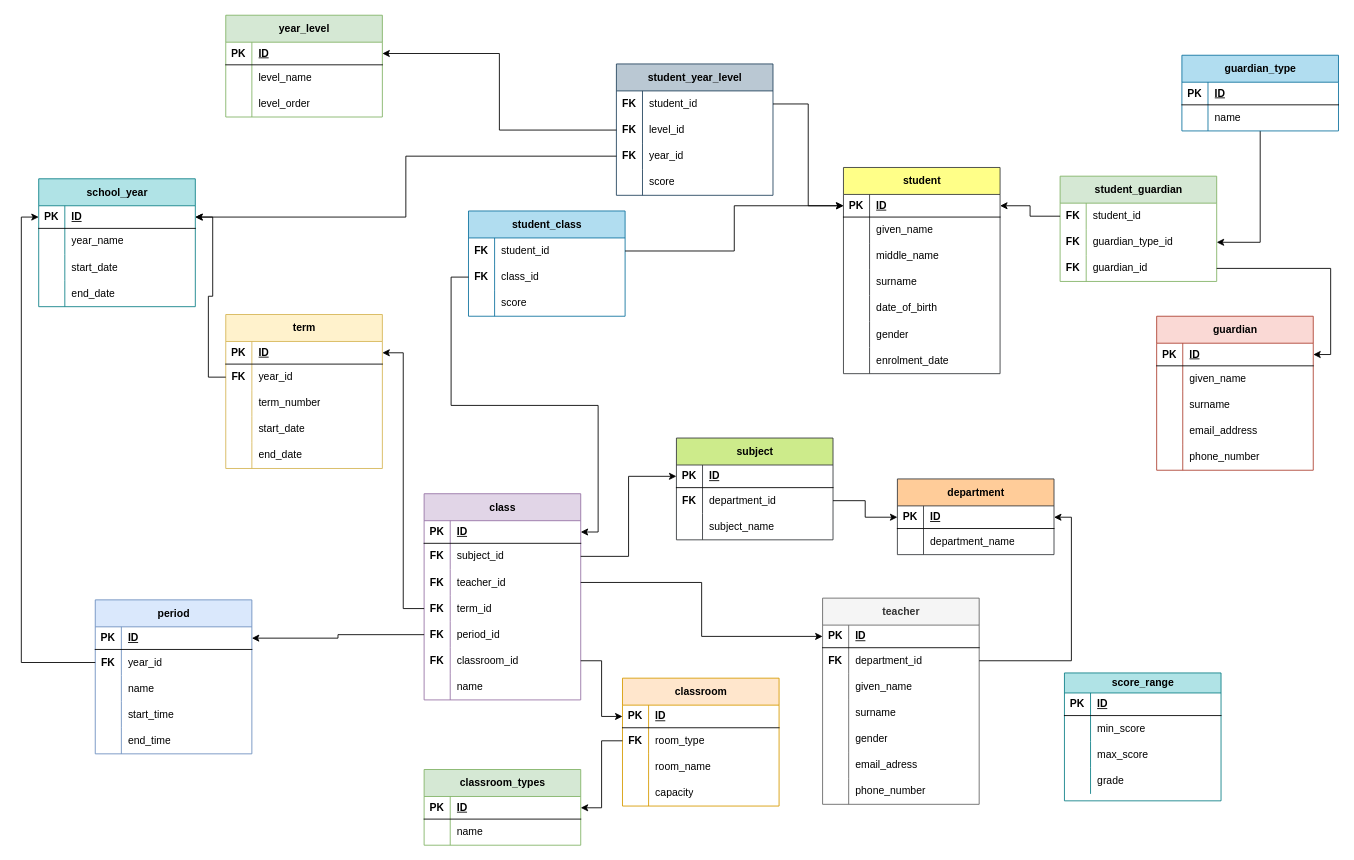
ManuelCarreiras/moz_sch keeps this draw.io diagram as page "Modelo de Dados Gestão Escolar" (3 of 4) of moz_school.drawio. Above is the earlier version. Source tidied: cells renumbered, new cells numbered last; positions are measured from the earlier drawing's top-left corner, leaving out a move shared by most shapes. Both pictures are drawn from the tidied source at 87%, with x=0, y=0 at pixel (38, 15).
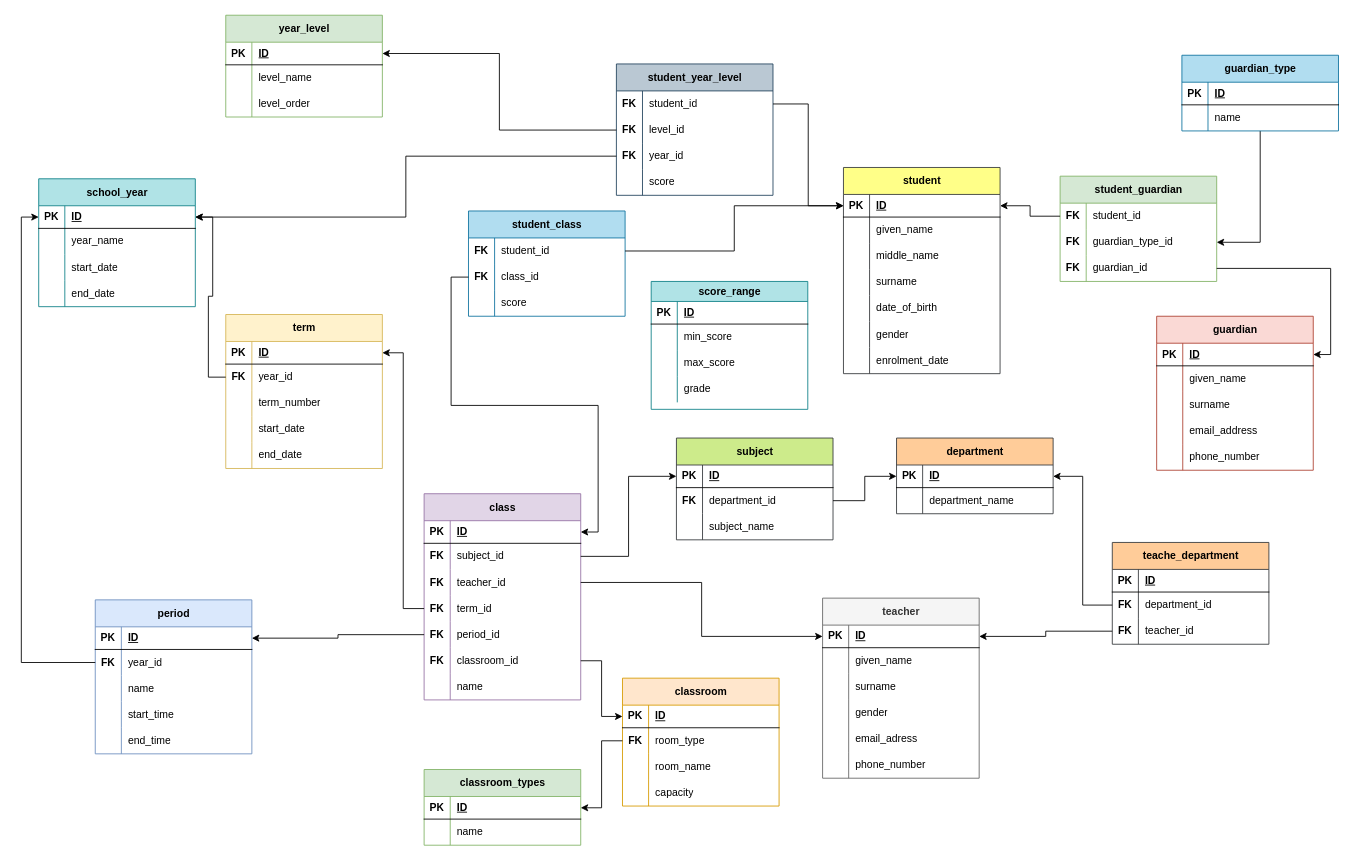
Above is the later version.

The change refers to these unchanged cells:
```xml
<mxCell id="82" style="shape=tableRow;horizontal=0;startSize=0;swimlaneHead=0;swimlaneBody=0;fillColor=none;points=[[0,0.5],[1,0.5]];portConstraint=eastwest;top=0;left=0;right=0;bottom=1;" parent="81" vertex="1">
  <mxGeometry y="31" width="180" height="26" as="geometry" />
</mxCell>
```

What changed in the source:
```diff
@@
     <mxCell id="81" value="teacher" style="shape=table;startSize=31;childLayout=tableLayout;rowLines=0;fontStyle=1;align=center;html=1;fillColor=#f5f5f5;strokeColor=#666666;fontColor=#333333;" parent="1" vertex="1">
-      <mxGeometry x="901" y="670" width="180" height="237" as="geometry" />
+      <mxGeometry x="901" y="670" width="180" height="207" as="geometry" />
     </mxCell>
@@
-    <mxCell id="85" style="shape=tableRow;horizontal=0;startSize=0;swimlaneHead=0;swimlaneBody=0;fillColor=none;points=[[0,0.5],[1,0.5]];portConstraint=eastwest;top=0;left=0;right=0;bottom=0;" parent="81" vertex="1">
-      <mxGeometry y="57" width="180" height="30" as="geometry" />
-    </mxCell>
-    <mxCell id="86" value="&lt;b&gt;FK&lt;/b&gt;" style="shape=partialRectangle;fillColor=none;top=0;left=0;bottom=0;right=0;overflow=hidden;whiteSpace=wrap;html=1;" parent="85" vertex="1">
-      <mxGeometry width="30" height="30" as="geometry" />
-    </mxCell>
-    <mxCell id="87" value="department_id" style="shape=partialRectangle;fillColor=none;top=0;left=0;bottom=0;right=0;align=left;spacingLeft=6;overflow=hidden;whiteSpace=wrap;html=1;" parent="85" vertex="1">
-      <mxGeometry x="30" width="150" height="30" as="geometry" />
-    </mxCell>
     <mxCell id="88" style="shape=tableRow;horizontal=0;startSize=0;swimlaneHead=0;swimlaneBody=0;fillColor=none;top=0;left=0;right=0;bottom=0;" parent="81" vertex="1">
-      <mxGeometry y="87" width="180" height="30" as="geometry" />
+      <mxGeometry y="57" width="180" height="30" as="geometry" />
     </mxCell>
@@
     <mxCell id="91" style="shape=tableRow;horizontal=0;startSize=0;swimlaneHead=0;swimlaneBody=0;fillColor=none;top=0;left=0;right=0;bottom=0;" parent="81" vertex="1">
-      <mxGeometry y="117" width="180" height="30" as="geometry" />
+      <mxGeometry y="87" width="180" height="30" as="geometry" />
     </mxCell>
@@
     <mxCell id="94" style="shape=tableRow;horizontal=0;startSize=0;swimlaneHead=0;swimlaneBody=0;fillColor=none;top=0;left=0;right=0;bottom=0;" parent="81" vertex="1">
-      <mxGeometry y="147" width="180" height="30" as="geometry" />
+      <mxGeometry y="117" width="180" height="30" as="geometry" />
     </mxCell>
@@
     <mxCell id="97" style="shape=tableRow;horizontal=0;startSize=0;swimlaneHead=0;swimlaneBody=0;fillColor=none;top=0;left=0;right=0;bottom=0;" parent="81" vertex="1">
-      <mxGeometry y="177" width="180" height="30" as="geometry" />
+      <mxGeometry y="147" width="180" height="30" as="geometry" />
     </mxCell>
@@
     <mxCell id="100" style="shape=tableRow;horizontal=0;startSize=0;swimlaneHead=0;swimlaneBody=0;fillColor=none;top=0;left=0;right=0;bottom=0;" parent="81" vertex="1">
-      <mxGeometry y="207" width="180" height="30" as="geometry" />
+      <mxGeometry y="177" width="180" height="30" as="geometry" />
     </mxCell>
@@
     <mxCell id="189" value="department" style="shape=table;startSize=31;childLayout=tableLayout;rowLines=0;fontStyle=1;align=center;html=1;fillColor=#ffcc99;strokeColor=#36393d;" parent="1" vertex="1">
-      <mxGeometry x="987" y="533" width="180" height="87" as="geometry" />
+      <mxGeometry x="986" y="486" width="180" height="87" as="geometry" />
     </mxCell>
@@
     <mxCell id="233" value="score_range" style="shape=table;startSize=23;childLayout=tableLayout;rowLines=0;fontStyle=1;align=center;html=1;fillColor=#b0e3e6;strokeColor=#0e8088;" parent="1" vertex="1">
-      <mxGeometry x="1179" y="756" width="180" height="147" as="geometry" />
+      <mxGeometry x="704" y="306" width="180" height="147" as="geometry" />
     </mxCell>
@@
+    <mxCell id="248" value="teache_department" style="shape=table;startSize=31;childLayout=tableLayout;rowLines=0;fontStyle=1;align=center;html=1;fillColor=#ffcc99;strokeColor=#36393d;" parent="1" vertex="1">
+      <mxGeometry x="1234" y="606" width="180" height="117" as="geometry" />
+    </mxCell>
+    <mxCell id="249" style="shape=tableRow;horizontal=0;startSize=0;swimlaneHead=0;swimlaneBody=0;fillColor=none;top=0;left=0;right=0;bottom=1;" parent="248" vertex="1">
+      <mxGeometry y="31" width="180" height="26" as="geometry" />
+    </mxCell>
+    <mxCell id="250" value="PK" style="shape=partialRectangle;fillColor=none;top=0;left=0;bottom=0;right=0;fontStyle=1;overflow=hidden;whiteSpace=wrap;html=1;" parent="249" vertex="1">
+      <mxGeometry width="30" height="26" as="geometry" />
+    </mxCell>
+    <mxCell id="251" value="ID" style="shape=partialRectangle;fillColor=none;top=0;left=0;bottom=0;right=0;align=left;spacingLeft=6;fontStyle=5;overflow=hidden;whiteSpace=wrap;html=1;" parent="249" vertex="1">
+      <mxGeometry x="30" width="150" height="26" as="geometry" />
+    </mxCell>
+    <mxCell id="85" style="shape=tableRow;horizontal=0;startSize=0;swimlaneHead=0;swimlaneBody=0;fillColor=none;points=[[0,0.5],[1,0.5]];portConstraint=eastwest;top=0;left=0;right=0;bottom=0;" parent="248" vertex="1">
+      <mxGeometry y="57" width="180" height="30" as="geometry" />
+    </mxCell>
+    <mxCell id="252" value="&lt;b&gt;FK&lt;/b&gt;" style="shape=partialRectangle;fillColor=none;top=0;left=0;bottom=0;right=0;overflow=hidden;whiteSpace=wrap;html=1;" parent="85" vertex="1">
+      <mxGeometry width="30" height="30" as="geometry" />
+    </mxCell>
+    <mxCell id="87" value="department_id" style="shape=partialRectangle;fillColor=none;top=0;left=0;bottom=0;right=0;align=left;spacingLeft=6;overflow=hidden;whiteSpace=wrap;html=1;" parent="85" vertex="1">
+      <mxGeometry x="30" width="150" height="30" as="geometry" />
+    </mxCell>
+    <mxCell id="253" style="shape=tableRow;horizontal=0;startSize=0;swimlaneHead=0;swimlaneBody=0;fillColor=none;points=[[0,0.5],[1,0.5]];portConstraint=eastwest;top=0;left=0;right=0;bottom=0;" parent="248" vertex="1">
+      <mxGeometry y="87" width="180" height="30" as="geometry" />
+    </mxCell>
+    <mxCell id="254" value="&lt;b&gt;FK&lt;/b&gt;" style="shape=partialRectangle;fillColor=none;top=0;left=0;bottom=0;right=0;overflow=hidden;whiteSpace=wrap;html=1;" parent="253" vertex="1">
+      <mxGeometry width="30" height="30" as="geometry" />
+    </mxCell>
+    <mxCell id="255" value="teacher_id" style="shape=partialRectangle;fillColor=none;top=0;left=0;bottom=0;right=0;align=left;spacingLeft=6;overflow=hidden;whiteSpace=wrap;html=1;" parent="253" vertex="1">
+      <mxGeometry x="30" width="150" height="30" as="geometry" />
+    </mxCell>
+    <mxCell id="256" style="edgeStyle=orthogonalEdgeStyle;rounded=0;jettySize=auto;html=1;entryX=1;entryY=0.5;entryDx=0;entryDy=0;" parent="1" edge="1" source="253" target="82">
+      <mxGeometry relative="1" as="geometry" />
+    </mxCell>
```
